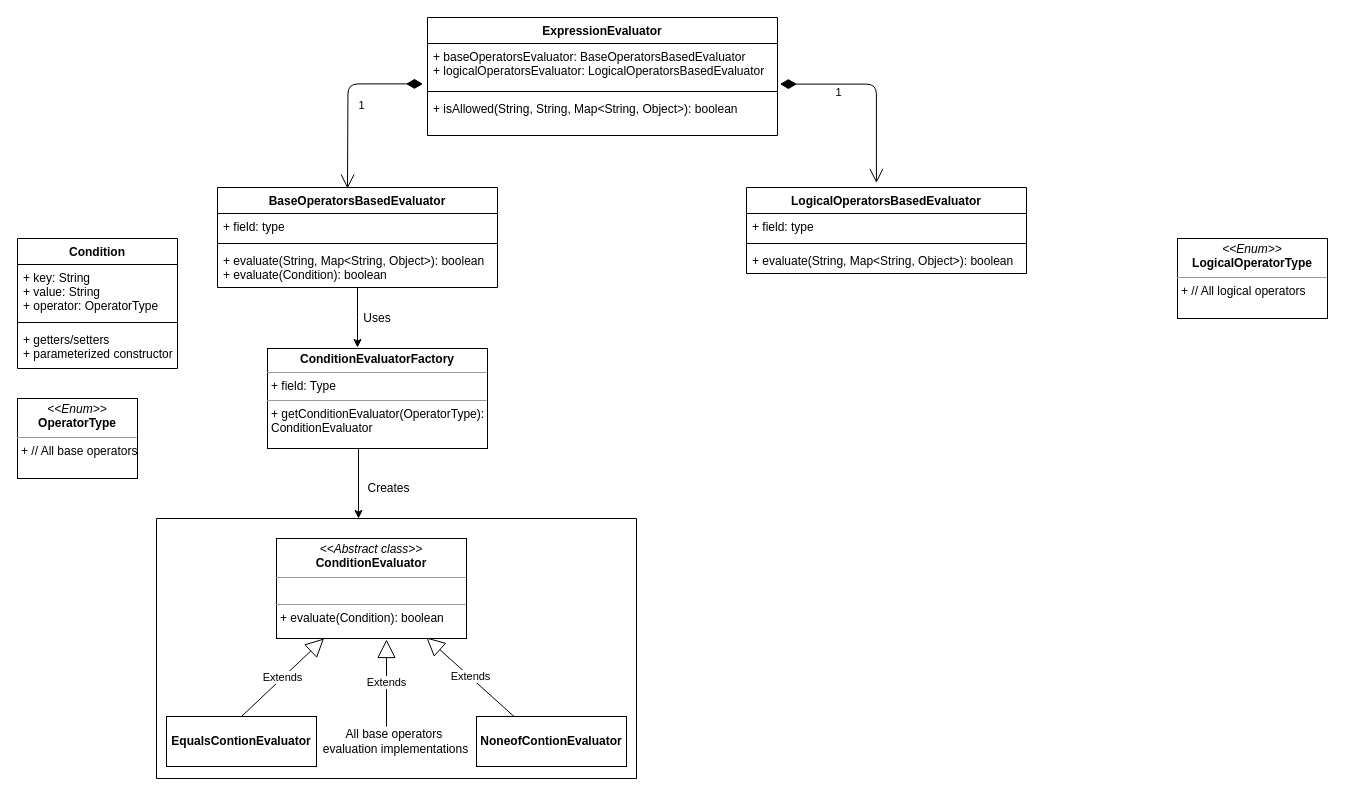
Earlier version of the draw.io diagram Untitled Diagram.drawio (RavitejaRTR/FeatureGatingModule). Source tidied: cells renumbered, new cells numbered last; positions are measured from the earlier drawing's top-left corner, leaving out a move shared by most shapes. Both pictures are drawn from the tidied source at 100%, with x=0, y=0 at pixel (17, 17).
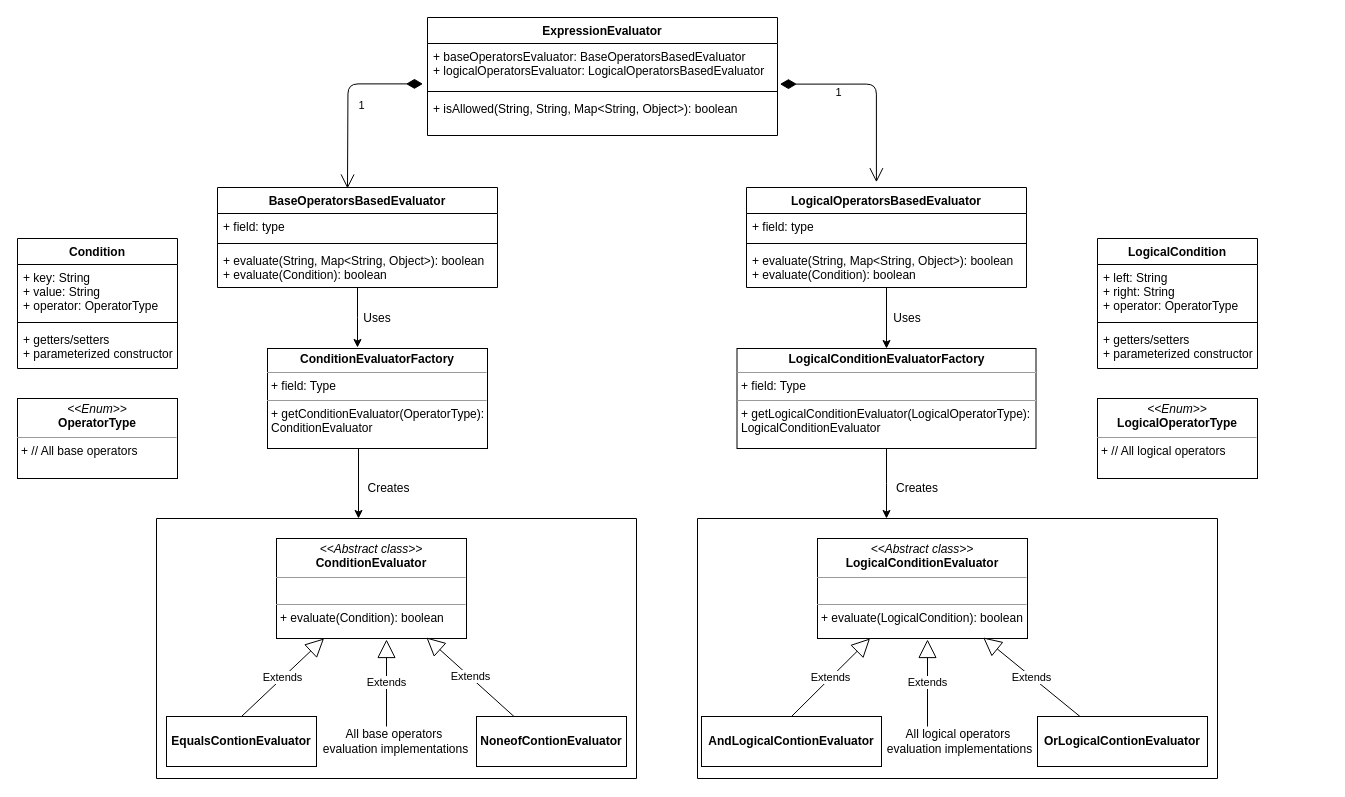
After the change.

Commit message:
Version 1 class diagram

What changed in the source:
```diff
@@
+    <mxCell id="40" style="edgeStyle=orthogonalEdgeStyle;rounded=0;jettySize=auto;html=1;entryX=0.5;entryY=0;entryDx=0;entryDy=0;" parent="1" edge="1" source="11" target="46">
+      <mxGeometry relative="1" as="geometry" />
+    </mxCell>
     <mxCell id="11" value="LogicalOperatorsBasedEvaluator" style="swimlane;fontStyle=1;align=center;verticalAlign=top;horizontal=1;startSize=26;" parent="1" vertex="1">
-      <mxGeometry x="729" y="170" width="280" height="86" as="geometry" />
+      <mxGeometry x="729" y="170" width="280" height="100" as="geometry" />
     </mxCell>
@@
-    <mxCell id="14" value="+ evaluate(String, Map&lt;String, Object&gt;): boolean" style="text;strokeColor=none;fillColor=none;align=left;verticalAlign=top;spacingLeft=4;spacingRight=4;overflow=hidden;" parent="11" vertex="1">
-      <mxGeometry y="60" width="280" height="26" as="geometry" />
+    <mxCell id="14" value="+ evaluate(String, Map&lt;String, Object&gt;): boolean&#10;+ evaluate(Condition): boolean" style="text;strokeColor=none;fillColor=none;align=left;verticalAlign=top;spacingLeft=4;spacingRight=4;overflow=hidden;" parent="11" vertex="1">
+      <mxGeometry y="60" width="280" height="40" as="geometry" />
     </mxCell>
@@
     <mxCell id="19" value="&lt;p style=&quot;margin: 0px ; margin-top: 4px ; text-align: center&quot;&gt;&lt;i&gt;&amp;lt;&amp;lt;Enum&amp;gt;&amp;gt;&lt;/i&gt;&lt;br&gt;&lt;b&gt;OperatorType&lt;/b&gt;&lt;/p&gt;&lt;hr size=&quot;1&quot;&gt;&lt;p style=&quot;margin: 0px ; margin-left: 4px&quot;&gt;+ // All base operators&lt;/p&gt;" style="verticalAlign=top;align=left;overflow=fill;fontSize=12;fontFamily=Helvetica;html=1;" parent="1" vertex="1">
-      <mxGeometry y="381" width="120" height="80" as="geometry" />
+      <mxGeometry y="381" width="160" height="80" as="geometry" />
     </mxCell>
@@
+    <mxCell id="39" value="&lt;p style=&quot;margin: 0px ; margin-top: 4px ; text-align: center&quot;&gt;&lt;i&gt;&amp;lt;&amp;lt;Enum&amp;gt;&amp;gt;&lt;/i&gt;&lt;br&gt;&lt;b&gt;LogicalOperatorType&lt;/b&gt;&lt;/p&gt;&lt;hr size=&quot;1&quot;&gt;&lt;p style=&quot;margin: 0px ; margin-left: 4px&quot;&gt;+ // All logical operators&lt;/p&gt;" style="verticalAlign=top;align=left;overflow=fill;fontSize=12;fontFamily=Helvetica;html=1;" parent="1" vertex="1">
+      <mxGeometry x="1080" y="381" width="160" height="80" as="geometry" />
+    </mxCell>
@@
-    <mxCell id="39" value="&lt;p style=&quot;margin: 0px ; margin-top: 4px ; text-align: center&quot;&gt;&lt;i&gt;&amp;lt;&amp;lt;Enum&amp;gt;&amp;gt;&lt;/i&gt;&lt;br&gt;&lt;b&gt;LogicalOperatorType&lt;/b&gt;&lt;/p&gt;&lt;hr size=&quot;1&quot;&gt;&lt;p style=&quot;margin: 0px ; margin-left: 4px&quot;&gt;+ // All logical operators&lt;/p&gt;" style="verticalAlign=top;align=left;overflow=fill;fontSize=12;fontFamily=Helvetica;html=1;" parent="1" vertex="1">
-      <mxGeometry x="1160" y="221" width="150" height="80" as="geometry" />
-    </mxCell>
+    <mxCell id="41" value="LogicalCondition" style="swimlane;fontStyle=1;align=center;verticalAlign=top;horizontal=1;startSize=26;" parent="1" vertex="1">
+      <mxGeometry x="1080" y="221" width="160" height="130" as="geometry" />
+    </mxCell>
+    <mxCell id="42" value="+ left: String&#10;+ right: String&#10;+ operator: OperatorType" style="text;strokeColor=none;fillColor=none;align=left;verticalAlign=top;spacingLeft=4;spacingRight=4;overflow=hidden;" parent="41" vertex="1">
+      <mxGeometry y="26" width="160" height="54" as="geometry" />
+    </mxCell>
+    <mxCell id="43" style="line;strokeWidth=1;fillColor=none;align=left;verticalAlign=middle;spacingTop=-1;spacingLeft=3;spacingRight=3;labelPosition=right;" parent="41" vertex="1">
+      <mxGeometry y="80" width="160" height="8" as="geometry" />
+    </mxCell>
+    <mxCell id="44" value="+ getters/setters&#10;+ parameterized constructor" style="text;strokeColor=none;fillColor=none;align=left;verticalAlign=top;spacingLeft=4;spacingRight=4;overflow=hidden;" parent="41" vertex="1">
+      <mxGeometry y="88" width="160" height="42" as="geometry" />
+    </mxCell>
+    <mxCell id="45" style="edgeStyle=orthogonalEdgeStyle;rounded=0;jettySize=auto;html=1;" parent="1" edge="1" source="46">
+      <mxGeometry relative="1" as="geometry">
+        <mxPoint x="869" y="501" as="targetPoint" />
+      </mxGeometry>
+    </mxCell>
+    <mxCell id="46" value="&lt;p style=&quot;margin: 0px ; margin-top: 4px ; text-align: center&quot;&gt;&lt;b&gt;LogicalConditionEvaluatorFactory&lt;/b&gt;&lt;/p&gt;&lt;hr size=&quot;1&quot;&gt;&lt;p style=&quot;margin: 0px ; margin-left: 4px&quot;&gt;+ field: Type&lt;/p&gt;&lt;hr size=&quot;1&quot;&gt;&lt;p style=&quot;margin: 0px ; margin-left: 4px&quot;&gt;+ getLogicalConditionEvaluator(LogicalOperatorType):&amp;nbsp;&lt;/p&gt;&lt;p style=&quot;margin: 0px ; margin-left: 4px&quot;&gt;LogicalConditionEvaluator&lt;/p&gt;" style="verticalAlign=top;align=left;overflow=fill;fontSize=12;fontFamily=Helvetica;html=1;" parent="1" vertex="1">
+      <mxGeometry x="719.5" y="331" width="299" height="100" as="geometry" />
+    </mxCell>
+    <mxCell id="47" value="Uses" style="text;html=1;strokeColor=none;fillColor=none;align=center;verticalAlign=middle;whiteSpace=wrap;rounded=0;" parent="1" vertex="1">
+      <mxGeometry x="870" y="291" width="40" height="20" as="geometry" />
+    </mxCell>
+    <mxCell id="48" value="&lt;p style=&quot;margin: 0px ; margin-top: 4px ; text-align: center&quot;&gt;&lt;i&gt;&amp;lt;&amp;lt;Abstract class&amp;gt;&amp;gt;&lt;/i&gt;&lt;br&gt;&lt;b&gt;LogicalConditionEvaluator&lt;/b&gt;&lt;/p&gt;&lt;hr size=&quot;1&quot;&gt;&lt;p style=&quot;margin: 0px ; margin-left: 4px&quot;&gt;&lt;br&gt;&lt;/p&gt;&lt;hr size=&quot;1&quot;&gt;&lt;p style=&quot;margin: 0px ; margin-left: 4px&quot;&gt;+ evaluate(LogicalCondition): boolean&lt;/p&gt;" style="verticalAlign=top;align=left;overflow=fill;fontSize=12;fontFamily=Helvetica;html=1;" parent="1" vertex="1">
+      <mxGeometry x="800" y="521" width="210" height="100" as="geometry" />
+    </mxCell>
+    <mxCell id="49" value="All logical operators&amp;nbsp;&lt;br&gt;evaluation implementations" style="text;html=1;align=center;verticalAlign=middle;" parent="1" vertex="1">
+      <mxGeometry x="862" y="709" width="160" height="30" as="geometry" />
+    </mxCell>
+    <mxCell id="50" value="Extends" style="endArrow=block;endSize=16;endFill=0;html=1;exitX=0.25;exitY=0;exitDx=0;exitDy=0;entryX=0.789;entryY=0.99;entryDx=0;entryDy=0;entryPerimeter=0;" parent="1" edge="1" source="53" target="48">
+      <mxGeometry relative="1" as="geometry" />
+    </mxCell>
+    <mxCell id="51" value="Extends" style="endArrow=block;endSize=16;endFill=0;html=1;" parent="1" edge="1">
+      <mxGeometry relative="1" as="geometry">
+        <mxPoint x="910" y="709" as="sourcePoint" />
+        <mxPoint x="910" y="622" as="targetPoint" />
+      </mxGeometry>
+    </mxCell>
+    <mxCell id="52" value="&lt;p style=&quot;margin: 0px ; margin-top: 4px ; text-align: center&quot;&gt;&lt;br&gt;&lt;b&gt;AndLogicalContionEvaluator&lt;/b&gt;&lt;/p&gt;" style="verticalAlign=top;align=left;overflow=fill;fontSize=12;fontFamily=Helvetica;html=1;" parent="1" vertex="1">
+      <mxGeometry x="684" y="699" width="180" height="50" as="geometry" />
+    </mxCell>
+    <mxCell id="53" value="&lt;p style=&quot;margin: 0px ; margin-top: 4px ; text-align: center&quot;&gt;&lt;br&gt;&lt;b&gt;OrLogicalContionEvaluator&lt;/b&gt;&lt;/p&gt;" style="verticalAlign=top;align=left;overflow=fill;fontSize=12;fontFamily=Helvetica;html=1;" parent="1" vertex="1">
+      <mxGeometry x="1020" y="699" width="170" height="50" as="geometry" />
+    </mxCell>
+    <mxCell id="54" value="Extends" style="endArrow=block;endSize=16;endFill=0;html=1;entryX=0.25;entryY=1;entryDx=0;entryDy=0;exitX=0.5;exitY=0;exitDx=0;exitDy=0;" parent="1" edge="1" source="52" target="48">
+      <mxGeometry relative="1" as="geometry" />
+    </mxCell>
+    <mxCell id="55" style="endArrow=none;html=1;" parent="1" edge="1">
+      <mxGeometry relative="1" as="geometry">
+        <mxPoint x="1200" y="761" as="sourcePoint" />
+        <mxPoint x="1200" y="501" as="targetPoint" />
+      </mxGeometry>
+    </mxCell>
+    <mxCell id="56" style="endArrow=none;html=1;" parent="1" edge="1">
+      <mxGeometry relative="1" as="geometry">
+        <mxPoint x="680" y="761" as="sourcePoint" />
+        <mxPoint x="680" y="501" as="targetPoint" />
+      </mxGeometry>
+    </mxCell>
+    <mxCell id="57" style="endArrow=none;html=1;" parent="1" edge="1">
+      <mxGeometry relative="1" as="geometry">
+        <mxPoint x="1200" y="501" as="sourcePoint" />
+        <mxPoint x="680" y="501" as="targetPoint" />
+      </mxGeometry>
+    </mxCell>
+    <mxCell id="58" style="endArrow=none;html=1;" parent="1" edge="1">
+      <mxGeometry relative="1" as="geometry">
+        <mxPoint x="1200" y="761" as="sourcePoint" />
+        <mxPoint x="680" y="761" as="targetPoint" />
+      </mxGeometry>
+    </mxCell>
+    <mxCell id="59" value="Creates" style="text;html=1;strokeColor=none;fillColor=none;align=center;verticalAlign=middle;whiteSpace=wrap;rounded=0;" parent="1" vertex="1">
+      <mxGeometry x="880" y="461" width="40" height="20" as="geometry" />
+    </mxCell>
```
